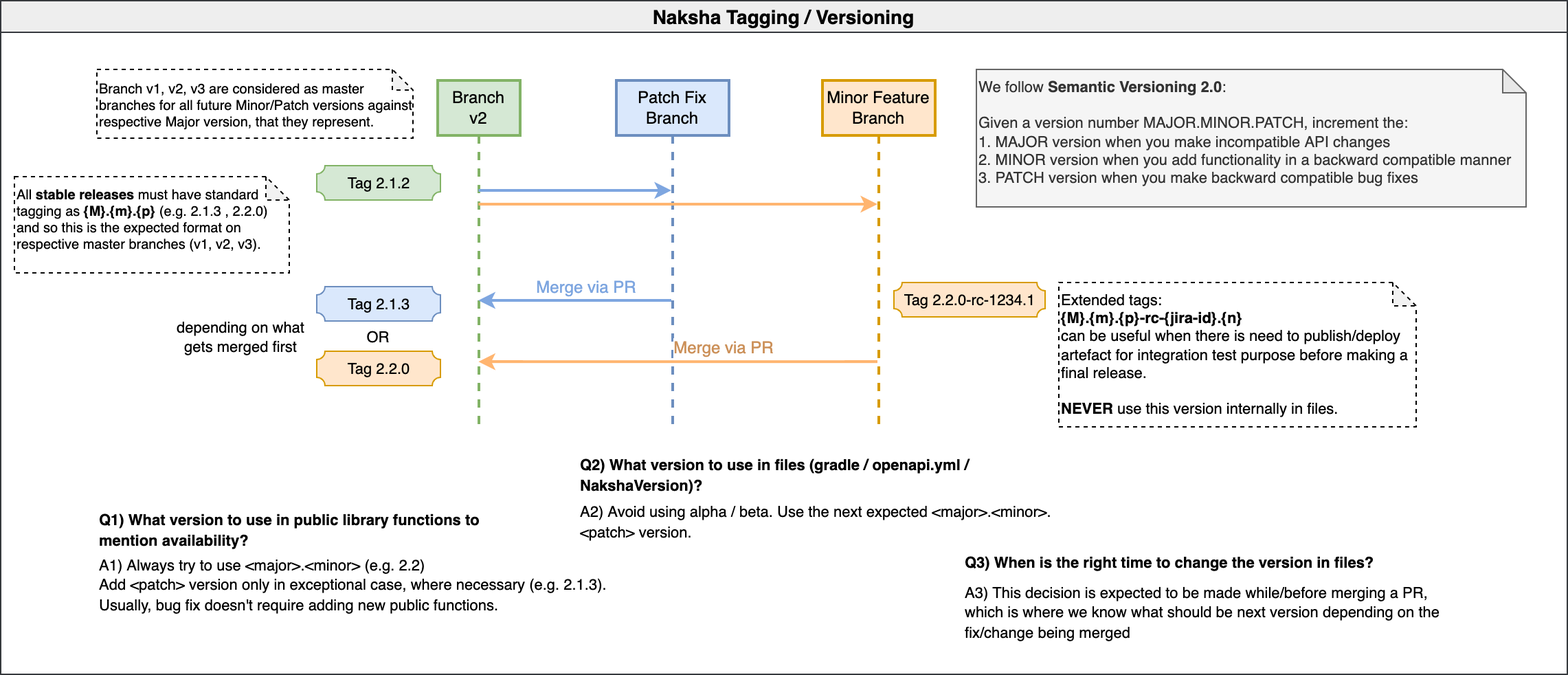
heremaps/naksha keeps this draw.io diagram as docs/diagrams/versioning.png. Above is the earlier version. Source tidied: cells renumbered, new cells last; positions are measured from the earlier drawing's top-left corner, leaving out a move shared by most shapes.
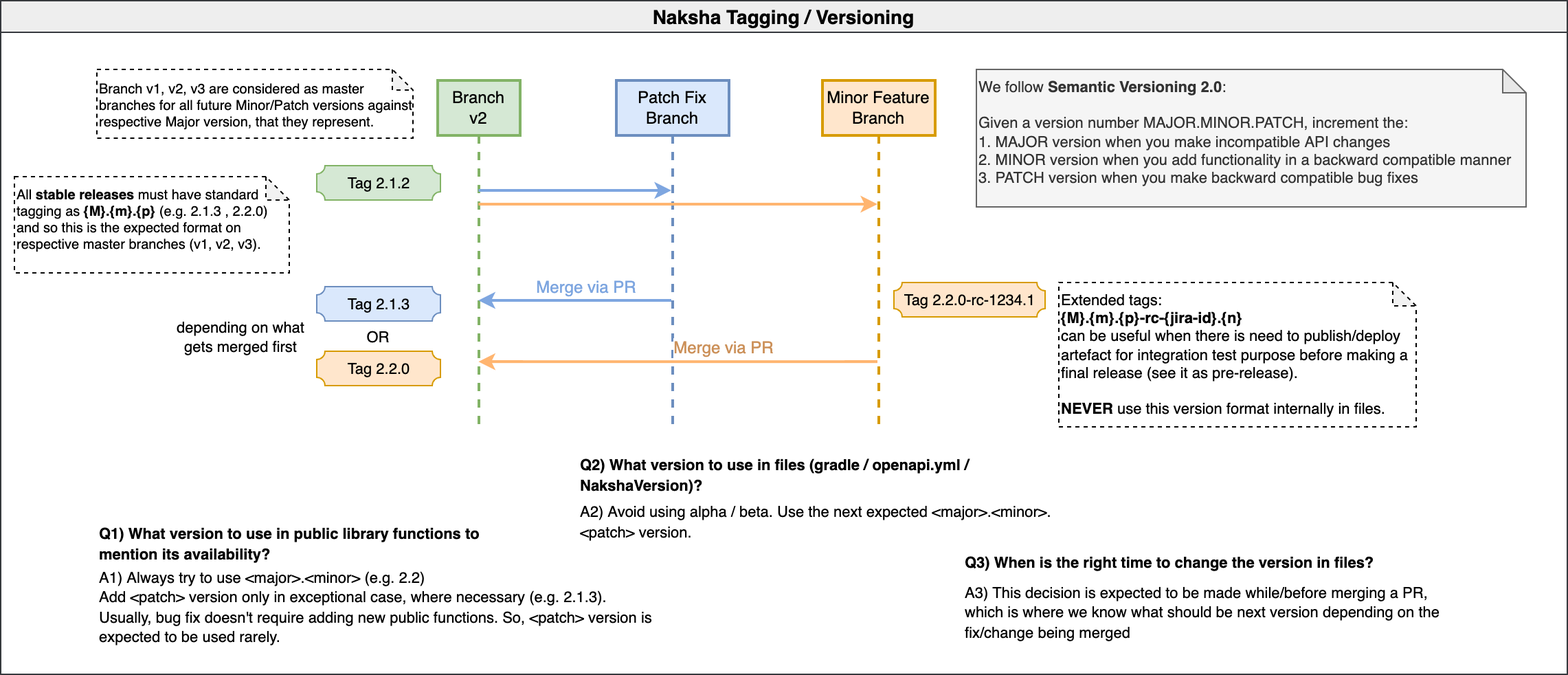
After the commit.

What changed in the source:
```diff
@@ -62,20 +62,20 @@
     <mxCell id="13" value="&lt;font color=&quot;#000000&quot; style=&quot;font-size: 11px;&quot;&gt;depending on what gets merged first&lt;/font&gt;" style="text;html=1;strokeColor=none;fillColor=none;align=center;verticalAlign=middle;whiteSpace=wrap;rounded=0;fontColor=#CC0000;fontSize=11;" parent="2" vertex="1">
       <mxGeometry x="120" y="230" width="110" height="30" as="geometry" />
     </mxCell>
-    <mxCell id="14" value="Extended tags:&lt;br&gt;&lt;b&gt;{M}.{m}.{p}-rc-{jira-id}.{n}&amp;nbsp;&lt;/b&gt;&lt;br&gt;can be useful when there is need to publish/deploy artefact for integration test purpose before making a final release.&lt;br&gt;&lt;b&gt;&lt;br&gt;NEVER&lt;/b&gt; use this version internally in files." style="shape=note;whiteSpace=wrap;html=1;backgroundOutline=1;darkOpacity=0.05;fontSize=11;fontColor=#000000;strokeColor=default;size=17;align=left;labelPosition=center;verticalLabelPosition=middle;verticalAlign=top;spacing=2;dashed=1;" parent="2" vertex="1">
+    <mxCell id="14" value="Extended tags:&lt;br&gt;&lt;b&gt;{M}.{m}.{p}-rc-{jira-id}.{n}&amp;nbsp;&lt;/b&gt;&lt;br&gt;can be useful when there is need to publish/deploy artefact for integration test purpose before making a final release (see it as pre-release).&lt;br&gt;&lt;b&gt;&lt;br&gt;NEVER&lt;/b&gt; use this version format internally in files." style="shape=note;whiteSpace=wrap;html=1;backgroundOutline=1;darkOpacity=0.05;fontSize=11;fontColor=#000000;strokeColor=default;size=17;align=left;labelPosition=center;verticalLabelPosition=middle;verticalAlign=top;spacing=2;dashed=1;" parent="2" vertex="1">
       <mxGeometry x="770" y="205" width="260" height="105" as="geometry" />
     </mxCell>
     <mxCell id="15" value="We follow &lt;b&gt;Semantic Versioning 2.0&lt;/b&gt;:&lt;br style=&quot;font-size: 11px&quot;&gt;&lt;br style=&quot;font-size: 11px&quot;&gt;&lt;p style=&quot;margin: 0px 0px 1em ; font-family: &amp;#34;helvetica&amp;#34; , &amp;#34;arial&amp;#34; , sans-serif ; font-size: 11px&quot;&gt;Given a version number MAJOR.MINOR.PATCH, increment the:&lt;br&gt;&lt;span&gt;1. MAJOR version when you make incompatible API changes&lt;br&gt;&lt;/span&gt;&lt;span&gt;2. MINOR version when you add functionality in a backward compatible manner&lt;br&gt;&lt;/span&gt;&lt;span&gt;3. PATCH version when you make backward compatible bug fixes&lt;/span&gt;&lt;/p&gt;" style="shape=note;whiteSpace=wrap;html=1;backgroundOutline=1;darkOpacity=0.05;fontSize=11;strokeColor=#666666;size=17;align=left;labelPosition=center;verticalLabelPosition=middle;verticalAlign=top;spacing=2;fillColor=#f5f5f5;fontColor=#333333;" parent="2" vertex="1">
       <mxGeometry x="710" y="50" width="400" height="100" as="geometry" />
     </mxCell>
     <mxCell id="16" style="group;strokeColor=none;perimeterSpacing=0;rounded=1;dashed=1;dashPattern=1 1;fontSize=12;" parent="2" vertex="1">
-      <mxGeometry x="70" y="370" width="410" height="60" as="geometry" />
+      <mxGeometry x="70" y="370" width="410" height="100" as="geometry" />
     </mxCell>
-    <mxCell id="17" value="&lt;font style=&quot;font-size: 11px&quot;&gt;Q1) What version to use in public library functions to mention availability?&lt;/font&gt;" style="text;html=1;strokeColor=none;fillColor=none;align=left;verticalAlign=middle;whiteSpace=wrap;rounded=0;fontColor=#000000;fontStyle=1;" parent="16" vertex="1">
-      <mxGeometry width="300" height="30" as="geometry" />
+    <mxCell id="17" value="&lt;font style=&quot;font-size: 11px&quot;&gt;Q1) What version to use in public library functions to mention its availability?&lt;/font&gt;" style="text;html=1;strokeColor=none;fillColor=none;align=left;verticalAlign=middle;whiteSpace=wrap;rounded=0;fontColor=#000000;fontStyle=1;" parent="16" vertex="1">
+      <mxGeometry width="300" height="50" as="geometry" />
     </mxCell>
-    <mxCell id="18" value="&lt;font style=&quot;font-size: 11px&quot;&gt;A1) Always try to use &amp;lt;major&amp;gt;.&amp;lt;minor&amp;gt; (e.g. 2.2)&lt;br&gt;Add &amp;lt;patch&amp;gt; version only in exceptional case, where necessary (e.g. 2.1.3). Usually, bug fix doesn't require adding new public functions.&lt;/font&gt;" style="text;html=1;strokeColor=none;fillColor=none;align=left;verticalAlign=middle;whiteSpace=wrap;rounded=0;fontColor=#000000;fontSize=12;" parent="16" vertex="1">
-      <mxGeometry y="40" width="410" height="30" as="geometry" />
+    <mxCell id="18" value="&lt;font style=&quot;font-size: 11px&quot;&gt;A1) Always try to use &amp;lt;major&amp;gt;.&amp;lt;minor&amp;gt; (e.g. 2.2)&lt;br&gt;Add &amp;lt;patch&amp;gt; version only in exceptional case, where necessary (e.g. 2.1.3). Usually, bug fix doesn't require adding new public functions. So, &amp;lt;patch&amp;gt; version is expected to be used rarely.&lt;/font&gt;" style="text;html=1;strokeColor=none;fillColor=none;align=left;verticalAlign=middle;whiteSpace=wrap;rounded=0;fontColor=#000000;fontSize=12;" parent="16" vertex="1">
+      <mxGeometry y="46" width="410" height="50" as="geometry" />
     </mxCell>
     <mxCell id="19" style="group;fontStyle=0;" parent="2" vertex="1">
       <mxGeometry x="420" y="330" width="370" height="54" as="geometry" />
```
